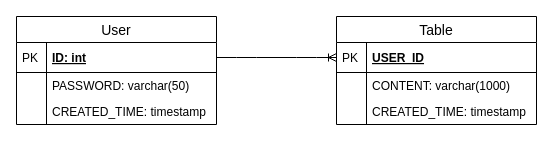
This is page "Data Schema" (5 of 5) of docs/diagram.drawio from vip30service123/to_do_list_python, a draw.io file, before an edit. Source tidied: cells renumbered, new cells numbered last; positions are measured from the earlier drawing's top-left corner, leaving out a move shared by most shapes. Both pictures are drawn from the tidied source at 100%, with x=0, y=0 at pixel (16, 16).
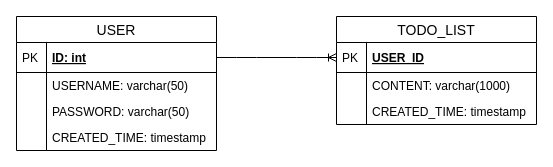
Above is the later version.

Diff of the diagram source:
```diff
@@
 <mxGraphModel>
   <root>
     <mxCell id="0" />
     <mxCell id="1" parent="0" />
-    <mxCell id="2" value="User" style="swimlane;fontStyle=0;horizontal=1;startSize=26;align=center;fontSize=14;" parent="1" vertex="1">
-      <mxGeometry width="200" height="108" as="geometry" />
+    <mxCell id="2" value="USER" style="swimlane;fontStyle=0;horizontal=1;startSize=26;align=center;fontSize=14;" parent="1" vertex="1">
+      <mxGeometry width="200" height="134" as="geometry" />
     </mxCell>
     <mxCell id="3" value="ID: int" style="shape=partialRectangle;top=0;left=0;right=0;bottom=1;align=left;verticalAlign=middle;fillColor=none;spacingLeft=34;spacingRight=4;overflow=hidden;points=[[0,0.5],[1,0.5]];portConstraint=eastwest;fontStyle=5;fontSize=12;" parent="2" vertex="1">
       <mxGeometry y="26" width="200" height="30" as="geometry" />
     </mxCell>
     <mxCell id="4" value="PK" style="shape=partialRectangle;top=0;left=0;bottom=0;fillColor=none;align=left;verticalAlign=middle;spacingLeft=4;spacingRight=4;overflow=hidden;fontSize=12;" parent="3" vertex="1">
       <mxGeometry width="30" height="30" as="geometry" />
     </mxCell>
+    <mxCell id="17" value="USERNAME: varchar(50)" style="shape=partialRectangle;top=0;left=0;right=0;bottom=0;align=left;verticalAlign=top;fillColor=none;spacingLeft=34;spacingRight=4;overflow=hidden;fontSize=12;" parent="2" vertex="1">
+      <mxGeometry y="56" width="200" height="26" as="geometry" />
+    </mxCell>
+    <mxCell id="18" style="shape=partialRectangle;top=0;left=0;bottom=0;fillColor=none;align=left;verticalAlign=top;spacingLeft=4;spacingRight=4;overflow=hidden;fontSize=12;" parent="17" vertex="1">
+      <mxGeometry width="30" height="26" as="geometry" />
+    </mxCell>
     <mxCell id="5" value="PASSWORD: varchar(50)" style="shape=partialRectangle;top=0;left=0;right=0;bottom=0;align=left;verticalAlign=top;fillColor=none;spacingLeft=34;spacingRight=4;overflow=hidden;fontSize=12;" parent="2" vertex="1">
-      <mxGeometry y="56" width="200" height="26" as="geometry" />
+      <mxGeometry y="82" width="200" height="26" as="geometry" />
     </mxCell>
     <mxCell id="6" style="shape=partialRectangle;top=0;left=0;bottom=0;fillColor=none;align=left;verticalAlign=top;spacingLeft=4;spacingRight=4;overflow=hidden;fontSize=12;" parent="5" vertex="1">
       <mxGeometry width="30" height="26" as="geometry" />
     </mxCell>
     <mxCell id="7" value="CREATED_TIME: timestamp" style="shape=partialRectangle;top=0;left=0;right=0;bottom=0;align=left;verticalAlign=top;fillColor=none;spacingLeft=34;spacingRight=4;overflow=hidden;fontSize=12;" parent="2" vertex="1">
-      <mxGeometry y="82" width="200" height="26" as="geometry" />
+      <mxGeometry y="108" width="200" height="26" as="geometry" />
     </mxCell>
     <mxCell id="8" style="shape=partialRectangle;top=0;left=0;bottom=0;fillColor=none;align=left;verticalAlign=top;spacingLeft=4;spacingRight=4;overflow=hidden;fontSize=12;" parent="7" vertex="1">
       <mxGeometry width="30" height="26" as="geometry" />
     </mxCell>
-    <mxCell id="9" value="Table" style="swimlane;fontStyle=0;horizontal=1;startSize=26;align=center;fontSize=14;" parent="1" vertex="1">
+    <mxCell id="9" value="TODO_LIST" style="swimlane;fontStyle=0;horizontal=1;startSize=26;align=center;fontSize=14;" parent="1" vertex="1">
       <mxGeometry x="320" width="200" height="108" as="geometry" />
     </mxCell>
     <mxCell id="10" value="USER_ID" style="shape=partialRectangle;top=0;left=0;right=0;bottom=1;align=left;verticalAlign=middle;fillColor=none;spacingLeft=34;spacingRight=4;overflow=hidden;points=[[0,0.5],[1,0.5]];portConstraint=eastwest;fontStyle=5;fontSize=12;" parent="9" vertex="1">
       <mxGeometry y="26" width="200" height="30" as="geometry" />
     </mxCell>
     <mxCell id="11" value="PK" style="shape=partialRectangle;top=0;left=0;bottom=0;fillColor=none;align=left;verticalAlign=middle;spacingLeft=4;spacingRight=4;overflow=hidden;fontSize=12;" parent="10" vertex="1">
       <mxGeometry width="30" height="30" as="geometry" />
     </mxCell>
     <mxCell id="12" value="CONTENT: varchar(1000)" style="shape=partialRectangle;top=0;left=0;right=0;bottom=0;align=left;verticalAlign=top;fillColor=none;spacingLeft=34;spacingRight=4;overflow=hidden;fontSize=12;" parent="9" vertex="1">
       <mxGeometry y="56" width="200" height="26" as="geometry" />
     </mxCell>
     <mxCell id="13" style="shape=partialRectangle;top=0;left=0;bottom=0;fillColor=none;align=left;verticalAlign=top;spacingLeft=4;spacingRight=4;overflow=hidden;fontSize=12;" parent="12" vertex="1">
       <mxGeometry width="30" height="26" as="geometry" />
     </mxCell>
     <mxCell id="14" value="CREATED_TIME: timestamp" style="shape=partialRectangle;top=0;left=0;right=0;bottom=0;align=left;verticalAlign=top;fillColor=none;spacingLeft=34;spacingRight=4;overflow=hidden;fontSize=12;" parent="9" vertex="1">
       <mxGeometry y="82" width="200" height="26" as="geometry" />
     </mxCell>
     <mxCell id="15" style="shape=partialRectangle;top=0;left=0;bottom=0;fillColor=none;align=left;verticalAlign=top;spacingLeft=4;spacingRight=4;overflow=hidden;fontSize=12;" parent="14" vertex="1">
       <mxGeometry width="30" height="26" as="geometry" />
     </mxCell>
     <mxCell id="16" style="edgeStyle=entityRelationEdgeStyle;fontSize=12;html=1;endArrow=ERoneToMany;" parent="1" edge="1" source="3" target="10">
       <mxGeometry relative="1" as="geometry" />
     </mxCell>
   </root>
 </mxGraphModel>
```
